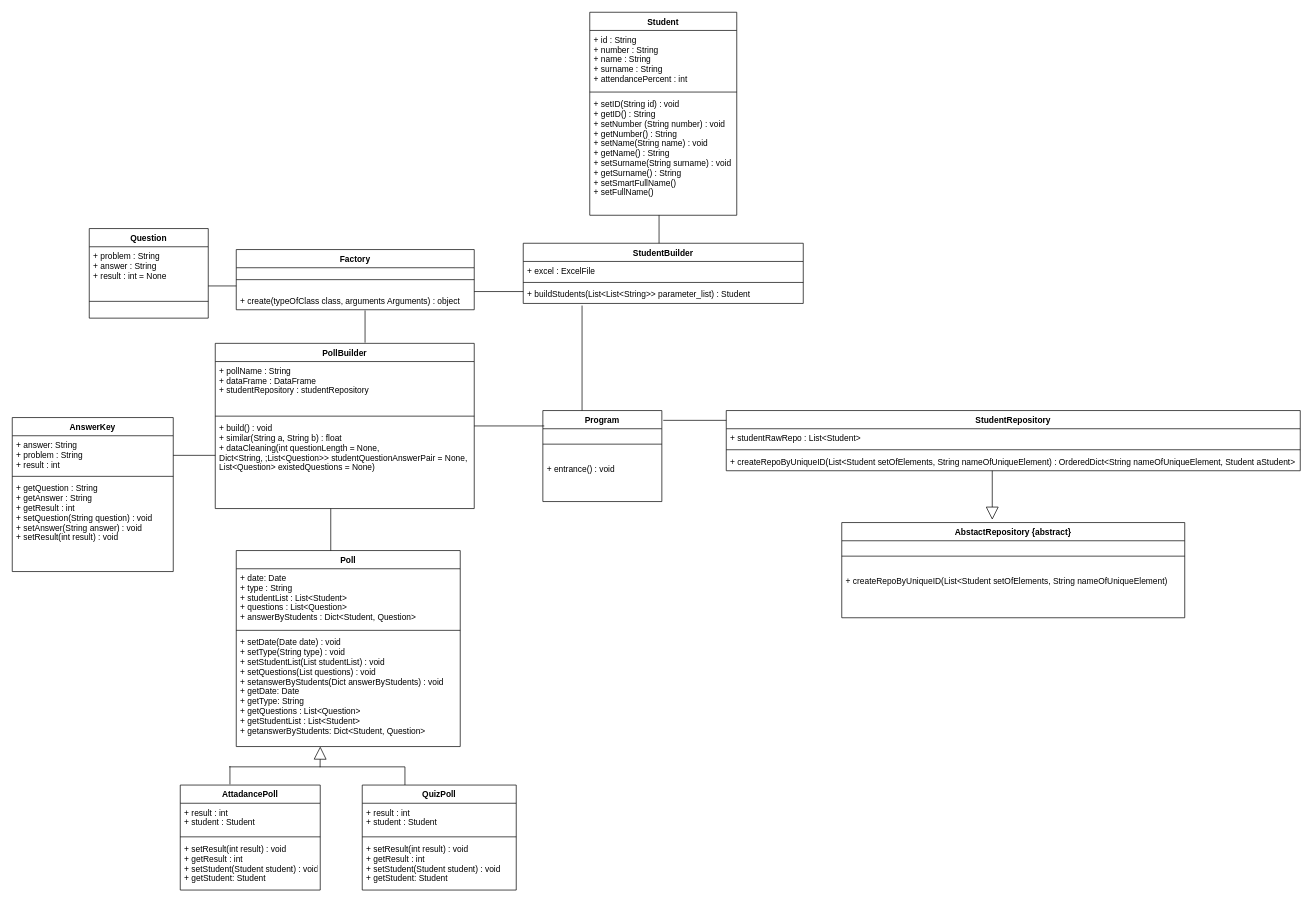
Earlier version of the draw.io diagram PythonProject/iteration1/DCD.drawio (alperdokay/CSE3063F20P1_GRP20). Source tidied: cells renumbered, new cells numbered last; positions are measured from the earlier drawing's top-left corner, leaving out a move shared by most shapes. Both pictures are drawn from the tidied source at 70%, with x=0, y=0 at pixel (12, 12).
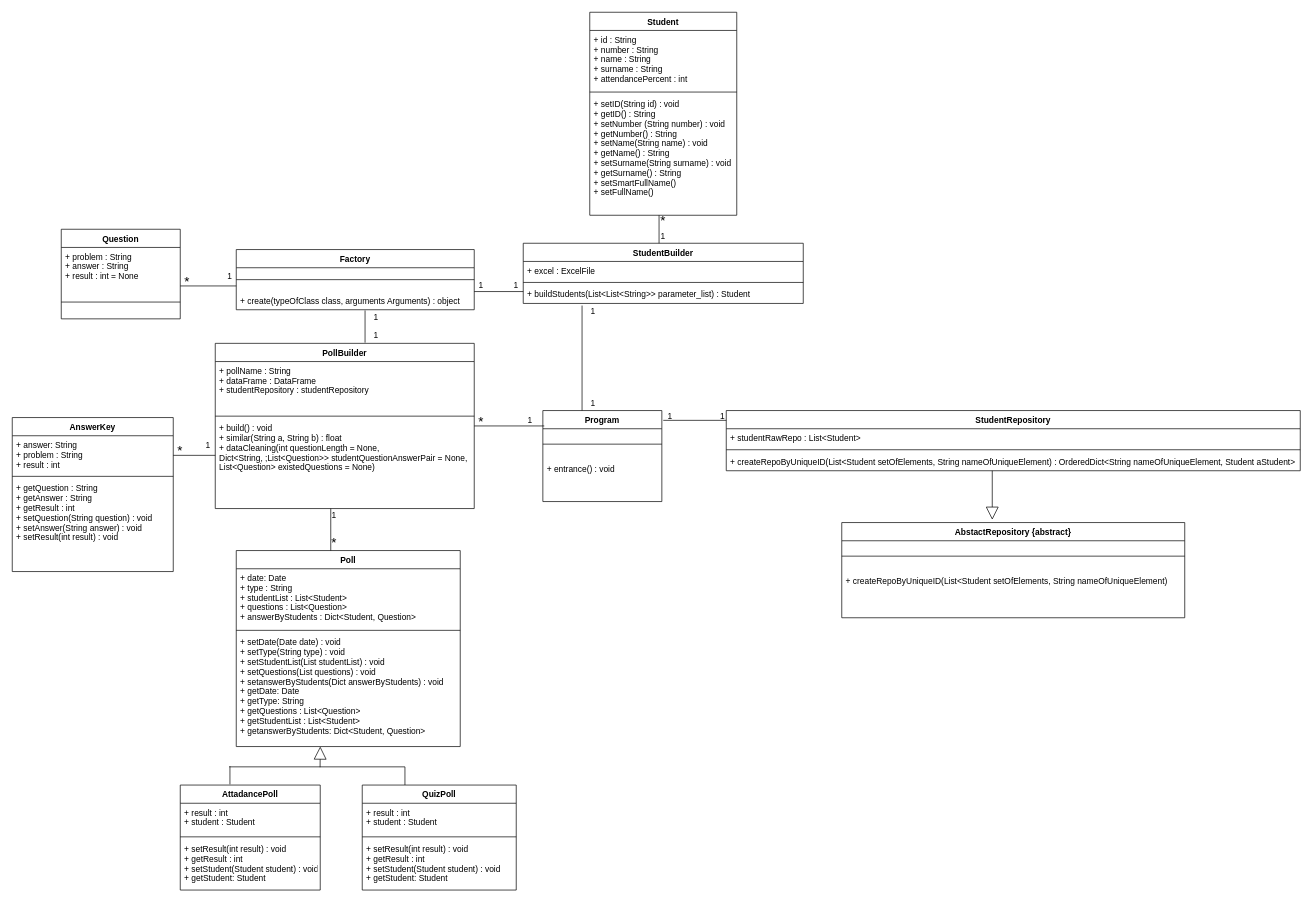
The same diagram, later.

Change to the diagram source:
```diff
@@
     <mxCell id="17" value="Question" style="swimlane;fontStyle=1;align=center;verticalAlign=top;horizontal=1;startSize=26;" parent="1" vertex="1">
-      <mxGeometry x="110" y="309" width="170" height="128" as="geometry" />
+      <mxGeometry x="70" y="310" width="170" height="128" as="geometry" />
     </mxCell>
@@
     <mxCell id="47" style="line;strokeWidth=1;fillColor=none;align=left;verticalAlign=middle;spacingTop=-1;spacingLeft=3;spacingRight=3;labelPosition=right;" parent="1" vertex="1">
-      <mxGeometry x="280" y="387" width="40" height="8" as="geometry" />
+      <mxGeometry x="240" y="387" width="80" height="8" as="geometry" />
     </mxCell>
@@
+    <mxCell id="60" value="1" style="text;html=1;strokeColor=none;fillColor=none;align=center;verticalAlign=middle;whiteSpace=wrap;rounded=0;" parent="1" vertex="1">
+      <mxGeometry x="810" y="417" width="40" height="20" as="geometry" />
+    </mxCell>
+    <mxCell id="61" value="1" style="text;html=1;strokeColor=none;fillColor=none;align=center;verticalAlign=middle;whiteSpace=wrap;rounded=0;" parent="1" vertex="1">
+      <mxGeometry x="810" y="549" width="40" height="20" as="geometry" />
+    </mxCell>
+    <mxCell id="62" value="1" style="text;html=1;strokeColor=none;fillColor=none;align=center;verticalAlign=middle;whiteSpace=wrap;rounded=0;" parent="1" vertex="1">
+      <mxGeometry x="920" y="567" width="40" height="20" as="geometry" />
+    </mxCell>
+    <mxCell id="63" value="1" style="text;html=1;strokeColor=none;fillColor=none;align=center;verticalAlign=middle;whiteSpace=wrap;rounded=0;" parent="1" vertex="1">
+      <mxGeometry x="995" y="567" width="40" height="20" as="geometry" />
+    </mxCell>
+    <mxCell id="64" value="1" style="text;html=1;strokeColor=none;fillColor=none;align=center;verticalAlign=middle;whiteSpace=wrap;rounded=0;" parent="1" vertex="1">
+      <mxGeometry x="720" y="573" width="40" height="20" as="geometry" />
+    </mxCell>
+    <mxCell id="65" value="&lt;font style=&quot;font-size: 19px&quot;&gt;*&lt;/font&gt;" style="text;html=1;strokeColor=none;fillColor=none;align=center;verticalAlign=middle;whiteSpace=wrap;rounded=0;" parent="1" vertex="1">
+      <mxGeometry x="650" y="575" width="40" height="20" as="geometry" />
+    </mxCell>
+    <mxCell id="66" value="1" style="text;html=1;strokeColor=none;fillColor=none;align=center;verticalAlign=middle;whiteSpace=wrap;rounded=0;" parent="1" vertex="1">
+      <mxGeometry x="700" y="381" width="40" height="20" as="geometry" />
+    </mxCell>
+    <mxCell id="67" value="1" style="text;html=1;strokeColor=none;fillColor=none;align=center;verticalAlign=middle;whiteSpace=wrap;rounded=0;" parent="1" vertex="1">
+      <mxGeometry x="650" y="381" width="40" height="20" as="geometry" />
+    </mxCell>
+    <mxCell id="68" value="1" style="text;html=1;strokeColor=none;fillColor=none;align=center;verticalAlign=middle;whiteSpace=wrap;rounded=0;" parent="1" vertex="1">
+      <mxGeometry x="910" y="310" width="40" height="20" as="geometry" />
+    </mxCell>
+    <mxCell id="69" value="&lt;font style=&quot;font-size: 19px&quot;&gt;*&lt;/font&gt;" style="text;html=1;strokeColor=none;fillColor=none;align=center;verticalAlign=middle;whiteSpace=wrap;rounded=0;" parent="1" vertex="1">
+      <mxGeometry x="910" y="289" width="40" height="20" as="geometry" />
+    </mxCell>
+    <mxCell id="70" value="1" style="text;html=1;strokeColor=none;fillColor=none;align=center;verticalAlign=middle;whiteSpace=wrap;rounded=0;" parent="1" vertex="1">
+      <mxGeometry x="291" y="367" width="40" height="20" as="geometry" />
+    </mxCell>
+    <mxCell id="71" value="&lt;font style=&quot;font-size: 19px&quot;&gt;*&lt;/font&gt;" style="text;html=1;strokeColor=none;fillColor=none;align=center;verticalAlign=middle;whiteSpace=wrap;rounded=0;" parent="1" vertex="1">
+      <mxGeometry x="230" y="375" width="40" height="20" as="geometry" />
+    </mxCell>
+    <mxCell id="72" value="1" style="text;html=1;strokeColor=none;fillColor=none;align=center;verticalAlign=middle;whiteSpace=wrap;rounded=0;" parent="1" vertex="1">
+      <mxGeometry x="500" y="452" width="40" height="20" as="geometry" />
+    </mxCell>
+    <mxCell id="73" value="1" style="text;html=1;strokeColor=none;fillColor=none;align=center;verticalAlign=middle;whiteSpace=wrap;rounded=0;" parent="1" vertex="1">
+      <mxGeometry x="500" y="426" width="40" height="20" as="geometry" />
+    </mxCell>
+    <mxCell id="74" value="1" style="text;html=1;strokeColor=none;fillColor=none;align=center;verticalAlign=middle;whiteSpace=wrap;rounded=0;" parent="1" vertex="1">
+      <mxGeometry x="260" y="609" width="40" height="20" as="geometry" />
+    </mxCell>
+    <mxCell id="75" value="&lt;font style=&quot;font-size: 19px&quot;&gt;*&lt;/font&gt;" style="text;html=1;strokeColor=none;fillColor=none;align=center;verticalAlign=middle;whiteSpace=wrap;rounded=0;" parent="1" vertex="1">
+      <mxGeometry x="220" y="617" width="40" height="20" as="geometry" />
+    </mxCell>
+    <mxCell id="76" value="1" style="text;html=1;strokeColor=none;fillColor=none;align=center;verticalAlign=middle;whiteSpace=wrap;rounded=0;" parent="1" vertex="1">
+      <mxGeometry x="440" y="709" width="40" height="20" as="geometry" />
+    </mxCell>
+    <mxCell id="77" value="&lt;font style=&quot;font-size: 19px&quot;&gt;*&lt;/font&gt;" style="text;html=1;strokeColor=none;fillColor=none;align=center;verticalAlign=middle;whiteSpace=wrap;rounded=0;" parent="1" vertex="1">
+      <mxGeometry x="440" y="749" width="40" height="20" as="geometry" />
+    </mxCell>
```
